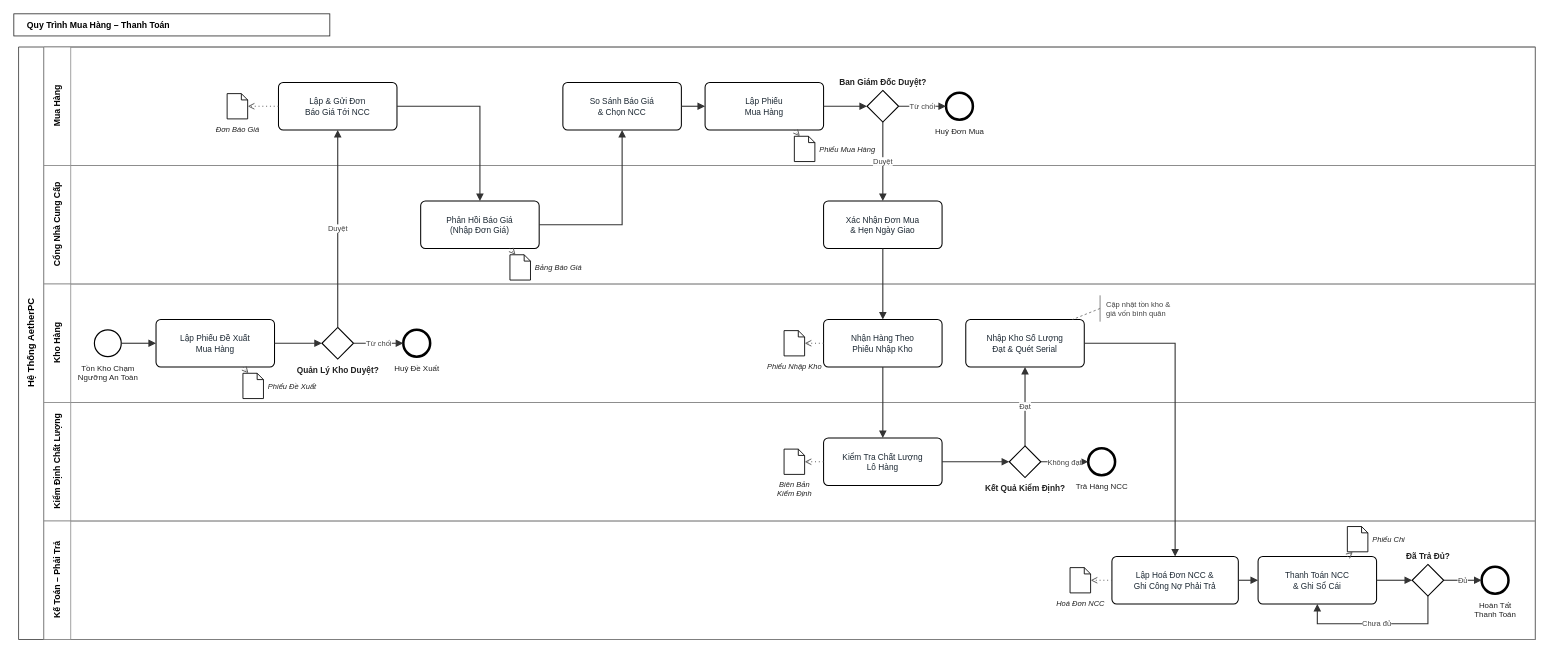
Earlier version of the draw.io diagram docs/diagrams/bpmn/quy_trinh_muahang_thanhtoan.drawio (hoangmkid12/ERP_AetherPC). Source tidied: cells renumbered, new cells numbered last; positions are measured from the earlier drawing's top-left corner, leaving out a move shared by most shapes. Both pictures are drawn from the tidied source at 79%, with x=0, y=0 at pixel (13, 13).
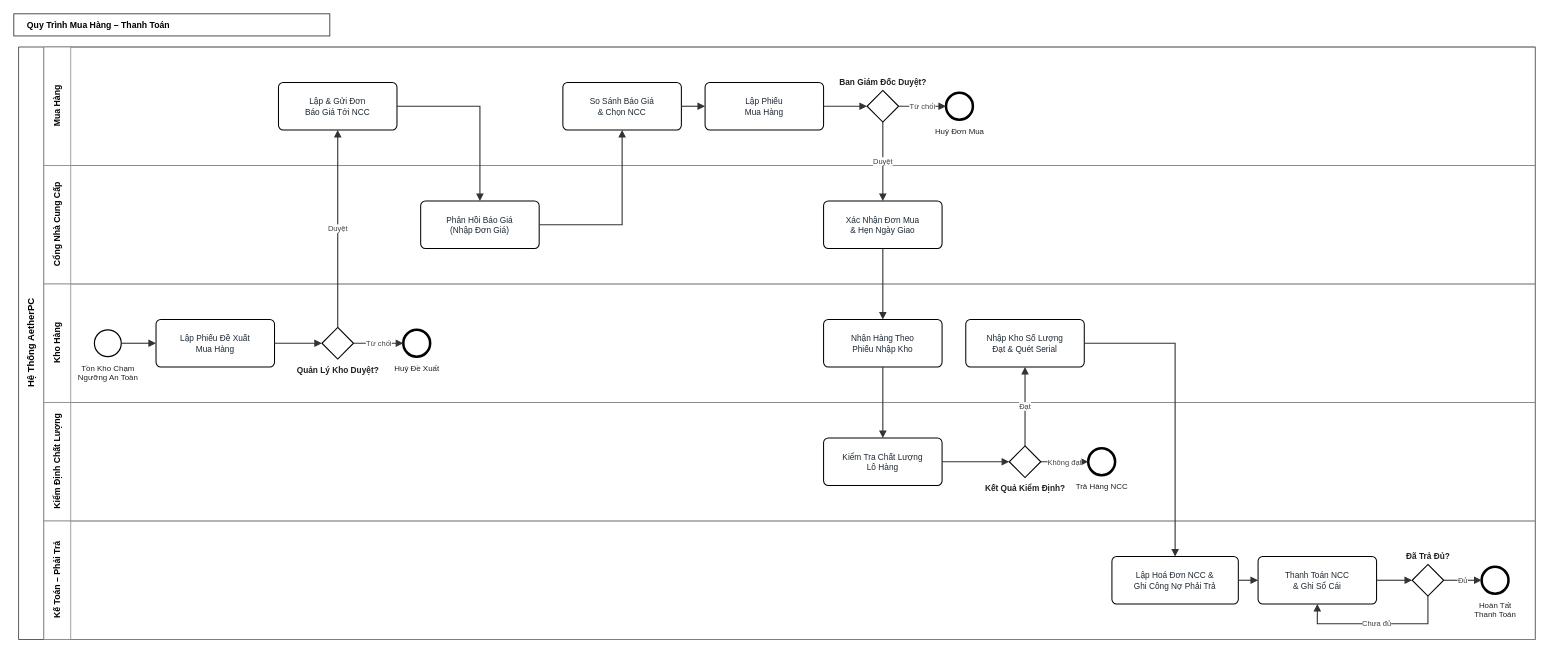
Above is the later version.

Change to the diagram source:
```diff
@@
-    <mxCell id="12" style="shape=note;whiteSpace=wrap;html=1;size=8;fillColor=#FFFFFF;strokeColor=#000000;strokeWidth=1.1;" parent="1" vertex="1">
-      <mxGeometry x="290" y="455" width="26" height="32" as="geometry" />
-    </mxCell>
-    <mxCell id="13" value="Phiếu Đề Xuất" style="text;html=1;align=left;verticalAlign=middle;strokeColor=none;fillColor=none;fontSize=9.5;fontColor=#222222;fontStyle=2;" parent="1" vertex="1">
-      <mxGeometry x="320" y="457" width="110" height="28" as="geometry" />
-    </mxCell>
-    <mxCell id="14" style="endArrow=open;endSize=6;dashed=1;dashPattern=1 3;html=1;strokeColor=#555555;strokeWidth=1.2;" parent="1" edge="1">
-      <mxGeometry relative="1" as="geometry">
-        <mxPoint x="290" y="447" as="sourcePoint" />
-        <mxPoint x="297" y="455" as="targetPoint" />
-      </mxGeometry>
-    </mxCell>
@@
-    <mxCell id="20" style="shape=note;whiteSpace=wrap;html=1;size=8;fillColor=#FFFFFF;strokeColor=#000000;strokeWidth=1.1;" parent="1" vertex="1">
-      <mxGeometry x="270" y="101" width="26" height="32" as="geometry" />
-    </mxCell>
-    <mxCell id="21" value="Đơn Báo Giá" style="text;html=1;align=center;verticalAlign=top;strokeColor=none;fillColor=none;fontSize=9.5;fontColor=#222222;fontStyle=2;" parent="1" vertex="1">
-      <mxGeometry x="228" y="134" width="110" height="26" as="geometry" />
-    </mxCell>
-    <mxCell id="22" style="endArrow=open;endSize=6;dashed=1;dashPattern=1 3;html=1;strokeColor=#555555;strokeWidth=1.2;" parent="1" edge="1">
-      <mxGeometry relative="1" as="geometry">
-        <mxPoint x="335" y="117" as="sourcePoint" />
-        <mxPoint x="296" y="117" as="targetPoint" />
-      </mxGeometry>
-    </mxCell>
@@
-    <mxCell id="25" style="shape=note;whiteSpace=wrap;html=1;size=8;fillColor=#FFFFFF;strokeColor=#000000;strokeWidth=1.1;" parent="1" vertex="1">
-      <mxGeometry x="988" y="155" width="26" height="32" as="geometry" />
-    </mxCell>
-    <mxCell id="26" value="Phiếu Mua Hàng" style="text;html=1;align=left;verticalAlign=middle;strokeColor=none;fillColor=none;fontSize=9.5;fontColor=#222222;fontStyle=2;" parent="1" vertex="1">
-      <mxGeometry x="1018" y="157" width="110" height="28" as="geometry" />
-    </mxCell>
-    <mxCell id="27" style="endArrow=open;endSize=6;dashed=1;dashPattern=1 3;html=1;strokeColor=#555555;strokeWidth=1.2;" parent="1" edge="1">
-      <mxGeometry relative="1" as="geometry">
-        <mxPoint x="988" y="147" as="sourcePoint" />
-        <mxPoint x="995" y="155" as="targetPoint" />
-      </mxGeometry>
-    </mxCell>
@@
-    <mxCell id="33" style="shape=note;whiteSpace=wrap;html=1;size=8;fillColor=#FFFFFF;strokeColor=#000000;strokeWidth=1.1;" parent="1" vertex="1">
-      <mxGeometry x="628" y="305" width="26" height="32" as="geometry" />
-    </mxCell>
-    <mxCell id="34" value="Bảng Báo Giá" style="text;html=1;align=left;verticalAlign=middle;strokeColor=none;fillColor=none;fontSize=9.5;fontColor=#222222;fontStyle=2;" parent="1" vertex="1">
-      <mxGeometry x="658" y="307" width="110" height="28" as="geometry" />
-    </mxCell>
-    <mxCell id="35" style="endArrow=open;endSize=6;dashed=1;dashPattern=1 3;html=1;strokeColor=#555555;strokeWidth=1.2;" parent="1" edge="1">
-      <mxGeometry relative="1" as="geometry">
-        <mxPoint x="628" y="297" as="sourcePoint" />
-        <mxPoint x="635" y="305" as="targetPoint" />
-      </mxGeometry>
-    </mxCell>
@@
-    <mxCell id="38" style="shape=note;whiteSpace=wrap;html=1;size=8;fillColor=#FFFFFF;strokeColor=#000000;strokeWidth=1.1;" parent="1" vertex="1">
-      <mxGeometry x="975" y="401" width="26" height="32" as="geometry" />
-    </mxCell>
-    <mxCell id="39" value="Phiếu Nhập Kho" style="text;html=1;align=center;verticalAlign=top;strokeColor=none;fillColor=none;fontSize=9.5;fontColor=#222222;fontStyle=2;" parent="1" vertex="1">
-      <mxGeometry x="933" y="434" width="110" height="26" as="geometry" />
-    </mxCell>
-    <mxCell id="40" style="endArrow=open;endSize=6;dashed=1;dashPattern=1 3;html=1;strokeColor=#555555;strokeWidth=1.2;" parent="1" edge="1">
-      <mxGeometry relative="1" as="geometry">
-        <mxPoint x="1025" y="417" as="sourcePoint" />
-        <mxPoint x="1001" y="417" as="targetPoint" />
-      </mxGeometry>
-    </mxCell>
@@
-    <mxCell id="42" style="shape=note;whiteSpace=wrap;html=1;size=8;fillColor=#FFFFFF;strokeColor=#000000;strokeWidth=1.1;" parent="1" vertex="1">
-      <mxGeometry x="975" y="551" width="26" height="32" as="geometry" />
-    </mxCell>
-    <mxCell id="43" value="Biên Bản&lt;br/&gt;Kiểm Định" style="text;html=1;align=center;verticalAlign=top;strokeColor=none;fillColor=none;fontSize=9.5;fontColor=#222222;fontStyle=2;" parent="1" vertex="1">
-      <mxGeometry x="933" y="584" width="110" height="26" as="geometry" />
-    </mxCell>
-    <mxCell id="44" style="endArrow=open;endSize=6;dashed=1;dashPattern=1 3;html=1;strokeColor=#555555;strokeWidth=1.2;" parent="1" edge="1">
-      <mxGeometry relative="1" as="geometry">
-        <mxPoint x="1025" y="567" as="sourcePoint" />
-        <mxPoint x="1001" y="567" as="targetPoint" />
-      </mxGeometry>
-    </mxCell>
@@
-    <mxCell id="50" value="Cập nhật tồn kho &amp;amp;&lt;br/&gt;giá vốn bình quân" style="shape=partialRectangle;whiteSpace=wrap;html=1;top=0;bottom=0;right=0;fillColor=none;strokeColor=#666666;align=left;spacingLeft=6;fontSize=9.5;fontColor=#444444;" parent="1" vertex="1">
-      <mxGeometry x="1375" y="357" width="120" height="32" as="geometry" />
-    </mxCell>
@@
-    <mxCell id="52" style="shape=note;whiteSpace=wrap;html=1;size=8;fillColor=#FFFFFF;strokeColor=#000000;strokeWidth=1.1;" parent="1" vertex="1">
-      <mxGeometry x="1337" y="701" width="26" height="32" as="geometry" />
-    </mxCell>
-    <mxCell id="53" value="Hoá Đơn NCC" style="text;html=1;align=center;verticalAlign=top;strokeColor=none;fillColor=none;fontSize=9.5;fontColor=#222222;fontStyle=2;" parent="1" vertex="1">
-      <mxGeometry x="1295" y="734" width="110" height="26" as="geometry" />
-    </mxCell>
-    <mxCell id="54" style="endArrow=open;endSize=6;dashed=1;dashPattern=1 3;html=1;strokeColor=#555555;strokeWidth=1.2;" parent="1" edge="1">
-      <mxGeometry relative="1" as="geometry">
-        <mxPoint x="1390" y="717" as="sourcePoint" />
-        <mxPoint x="1363" y="717" as="targetPoint" />
-      </mxGeometry>
-    </mxCell>
@@
-    <mxCell id="56" style="shape=note;whiteSpace=wrap;html=1;size=8;fillColor=#FFFFFF;strokeColor=#000000;strokeWidth=1.1;" parent="1" vertex="1">
-      <mxGeometry x="1688" y="649" width="26" height="32" as="geometry" />
-    </mxCell>
-    <mxCell id="57" value="Phiếu Chi" style="text;html=1;align=left;verticalAlign=middle;strokeColor=none;fillColor=none;fontSize=9.5;fontColor=#222222;fontStyle=2;" parent="1" vertex="1">
-      <mxGeometry x="1718" y="651" width="110" height="28" as="geometry" />
-    </mxCell>
-    <mxCell id="58" style="endArrow=open;endSize=6;dashed=1;dashPattern=1 3;html=1;strokeColor=#555555;strokeWidth=1.2;" parent="1" edge="1">
-      <mxGeometry relative="1" as="geometry">
-        <mxPoint x="1688" y="687" as="sourcePoint" />
-        <mxPoint x="1695" y="681" as="targetPoint" />
-      </mxGeometry>
-    </mxCell>
@@
-    <mxCell id="83" style="endArrow=none;dashed=1;html=1;strokeColor=#666666;strokeWidth=1;" parent="1" edge="1">
-      <mxGeometry relative="1" as="geometry">
-        <mxPoint x="1375" y="373" as="sourcePoint" />
-        <mxPoint x="1340" y="387" as="targetPoint" />
-      </mxGeometry>
-    </mxCell>
```
